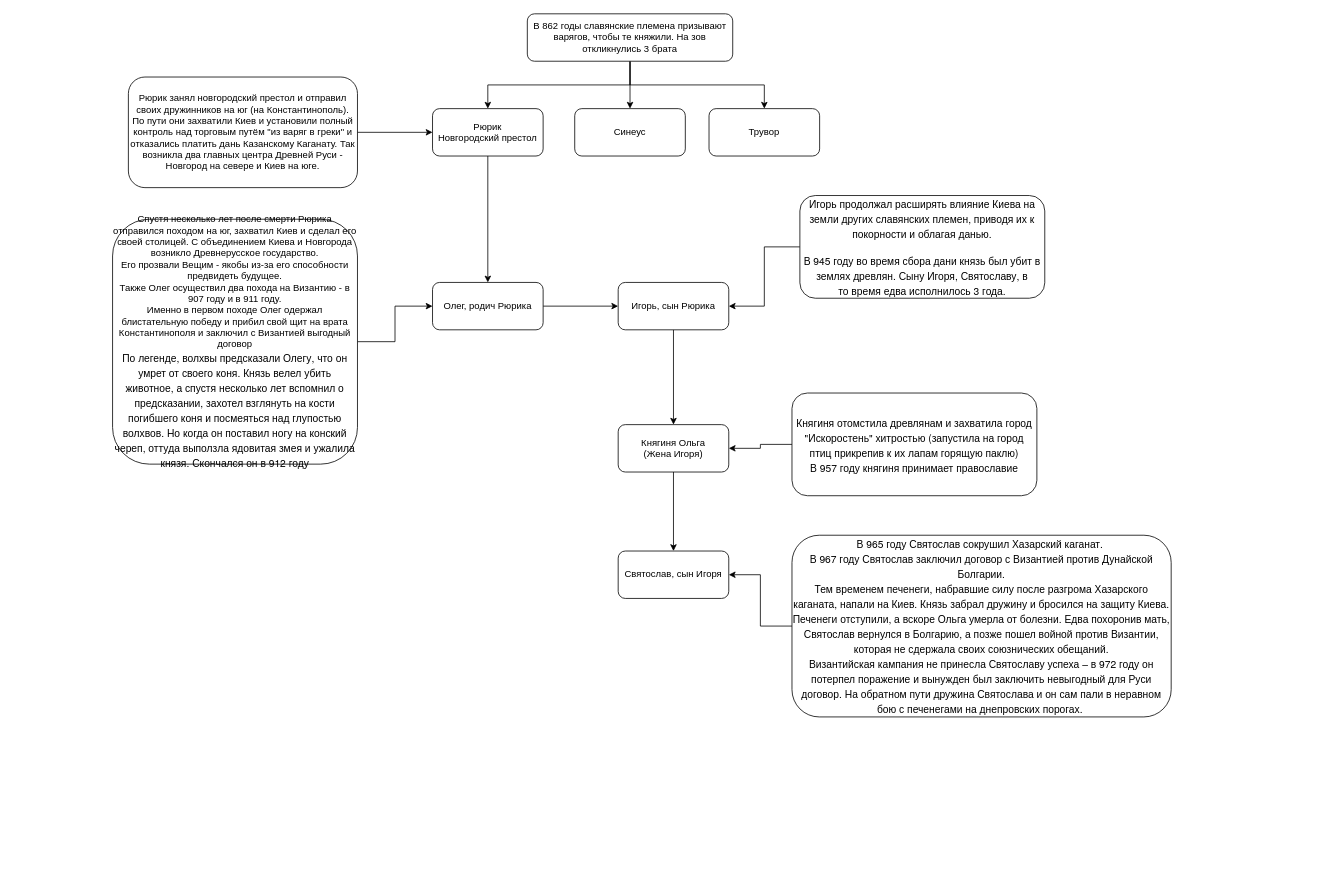
Above: The history of Russia.drawio in MG61/The-history-of-Russia (draw.io), before the change. Source tidied: cells renumbered, new cells numbered last; positions are measured from the earlier drawing's top-left corner, leaving out a move shared by most shapes. Both pictures are drawn from the tidied source at 79%, with x=0, y=0 at pixel (112, 13).
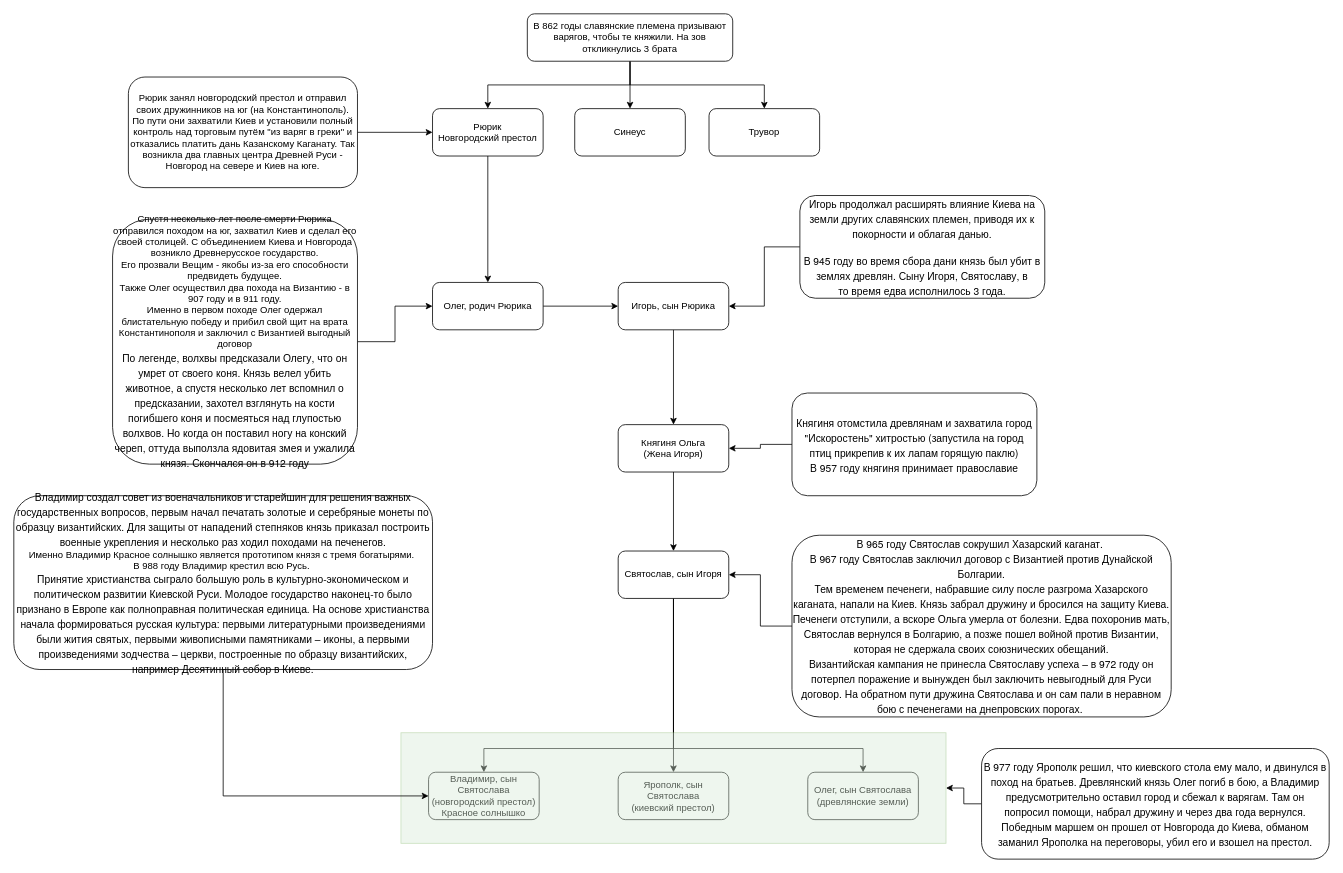
After the change.

Commit message:
Владимир Красное солнышко

The change refers to these unchanged cells:
```xml
<mxCell id="24" value="Святослав, сын Игоря" style="rounded=1;whiteSpace=wrap;html=1;" parent="1" vertex="1">
  <mxGeometry x="640" y="680" width="140" height="60" as="geometry" />
</mxCell>
```

What changed in the source:
```diff
@@
+    <mxCell id="27" style="edgeStyle=orthogonalEdgeStyle;rounded=0;jettySize=auto;html=1;exitX=0.5;exitY=1;exitDx=0;exitDy=0;entryX=0.5;entryY=0;entryDx=0;entryDy=0;" parent="1" edge="1" source="24" target="30">
+      <mxGeometry relative="1" as="geometry" />
+    </mxCell>
+    <mxCell id="28" style="edgeStyle=orthogonalEdgeStyle;rounded=0;jettySize=auto;html=1;exitX=0.5;exitY=1;exitDx=0;exitDy=0;entryX=0.5;entryY=0;entryDx=0;entryDy=0;" parent="1" edge="1" source="24" target="31">
+      <mxGeometry relative="1" as="geometry">
+        <Array as="points">
+          <mxPoint x="710" y="930" />
+          <mxPoint x="470" y="930" />
+        </Array>
+      </mxGeometry>
+    </mxCell>
+    <mxCell id="29" style="edgeStyle=orthogonalEdgeStyle;rounded=0;jettySize=auto;html=1;exitX=0.5;exitY=1;exitDx=0;exitDy=0;" parent="1" edge="1" source="24" target="32">
+      <mxGeometry relative="1" as="geometry">
+        <Array as="points">
+          <mxPoint x="710" y="930" />
+          <mxPoint x="950" y="930" />
+        </Array>
+      </mxGeometry>
+    </mxCell>
@@
+    <mxCell id="30" value="Ярополк, сын Святослава&lt;div&gt;(киевский престол)&lt;/div&gt;" style="rounded=1;whiteSpace=wrap;html=1;" parent="1" vertex="1">
+      <mxGeometry x="640" y="960" width="140" height="60" as="geometry" />
+    </mxCell>
+    <mxCell id="31" value="Владимир, сын Святослава&lt;div&gt;(новгородский престол&lt;span style=&quot;background-color: transparent; color: light-dark(rgb(0, 0, 0), rgb(255, 255, 255));&quot;&gt;)&lt;/span&gt;&lt;/div&gt;&lt;div&gt;&lt;span style=&quot;background-color: transparent; color: light-dark(rgb(0, 0, 0), rgb(255, 255, 255));&quot;&gt;Красное солнышко&lt;/span&gt;&lt;/div&gt;" style="rounded=1;whiteSpace=wrap;html=1;" parent="1" vertex="1">
+      <mxGeometry x="400" y="960" width="140" height="60" as="geometry" />
+    </mxCell>
+    <mxCell id="32" value="Олег, сын Святослава&lt;div&gt;(древлянские земли)&lt;/div&gt;" style="rounded=1;whiteSpace=wrap;html=1;" parent="1" vertex="1">
+      <mxGeometry x="880" y="960" width="140" height="60" as="geometry" />
+    </mxCell>
+    <mxCell id="33" style="rounded=0;whiteSpace=wrap;html=1;fillColor=#d5e8d4;strokeColor=#82b366;opacity=40;" parent="1" vertex="1">
+      <mxGeometry x="365" y="910" width="690" height="140" as="geometry" />
+    </mxCell>
+    <mxCell id="34" style="edgeStyle=orthogonalEdgeStyle;rounded=0;jettySize=auto;html=1;entryX=1;entryY=0.5;entryDx=0;entryDy=0;" parent="1" edge="1" source="35" target="33">
+      <mxGeometry relative="1" as="geometry" />
+    </mxCell>
+    <mxCell id="35" value="&lt;p style=&quot;margin: 0px; font-variant-numeric: normal; font-variant-east-asian: normal; font-variant-alternates: normal; font-size-adjust: none; font-kerning: auto; font-optical-sizing: auto; font-feature-settings: normal; font-variation-settings: normal; font-variant-position: normal; font-variant-emoji: normal; font-stretch: normal; font-size: 13px; line-height: normal; font-family: &amp;quot;Helvetica Neue&amp;quot;;&quot; class=&quot;p1&quot;&gt;В&amp;nbsp;977&amp;nbsp;году Ярополк решил, что киевского стола ему мало, и двинулся в поход на братьев. Древлянский князь Олег погиб в бою, а&amp;nbsp;Владимир предусмотрительно оставил город и сбежал к варягам. Там он попросил помощи, набрал дружину и через два года вернулся. Победным маршем он прошел от&amp;nbsp;Новгорода до&amp;nbsp;Киева, обманом заманил Ярополка на переговоры, убил его и взошел на престол.&lt;/p&gt;" style="rounded=1;whiteSpace=wrap;html=1;align=center;" parent="1" vertex="1">
+      <mxGeometry x="1100" y="930" width="440" height="140" as="geometry" />
+    </mxCell>
+    <mxCell id="36" style="edgeStyle=orthogonalEdgeStyle;rounded=0;jettySize=auto;html=1;entryX=0;entryY=0.5;entryDx=0;entryDy=0;" parent="1" edge="1" source="37" target="31">
+      <mxGeometry relative="1" as="geometry">
+        <Array as="points">
+          <mxPoint x="140" y="990" />
+        </Array>
+      </mxGeometry>
+    </mxCell>
+    <mxCell id="37" value="&lt;p style=&quot;margin: 0px; font-stretch: normal; line-height: normal; font-size-adjust: none; font-kerning: auto; font-variant-alternates: normal; font-variant-numeric: normal; font-variant-east-asian: normal; font-variant-position: normal; font-variant-emoji: normal; font-feature-settings: normal; font-optical-sizing: auto; font-variation-settings: normal;&quot;&gt;&lt;font face=&quot;Helvetica Neue&quot;&gt;&lt;span style=&quot;font-size: 13px;&quot;&gt;Владимир создал совет из военачальников и старейшин для решения важных государственных вопросов, первым начал печатать золотые и серебряные монеты по образцу византийских. Для защиты от нападений степняков князь приказал построить военные укрепления и несколько раз ходил походами на печенегов.&lt;/span&gt;&lt;/font&gt;&lt;/p&gt;&lt;div&gt;Именно Владимир Красное солнышко является прототипом князя с тремя богатырями.&amp;nbsp;&lt;/div&gt;&lt;div&gt;В 988 году Владимир крестил всю Русь.&amp;nbsp;&lt;/div&gt;&lt;div&gt;&lt;p style=&quot;margin: 0px; font-variant-numeric: normal; font-variant-east-asian: normal; font-variant-alternates: normal; font-size-adjust: none; font-kerning: auto; font-optical-sizing: auto; font-feature-settings: normal; font-variation-settings: normal; font-variant-position: normal; font-variant-emoji: normal; font-stretch: normal; font-size: 13px; line-height: normal; font-family: &amp;quot;Helvetica Neue&amp;quot;;&quot; class=&quot;p1&quot;&gt;Принятие христианства сыграло большую роль в культурно-экономическом и политическом развитии Киевской Руси. Молодое государство наконец-то было признано в&amp;nbsp;Европе как полноправная политическая единица. На основе христианства начала формироваться русская культура: первыми литературными произведениями были жития святых, первыми живописными памятниками – иконы, а первыми произведениями зодчества – церкви, построенные по образцу византийских, например Десятинный собор в&amp;nbsp;Киеве.&lt;/p&gt;&lt;/div&gt;" style="rounded=1;whiteSpace=wrap;html=1;align=center;" parent="1" vertex="1">
+      <mxGeometry x="-125" y="610" width="530" height="220" as="geometry" />
+    </mxCell>
```
